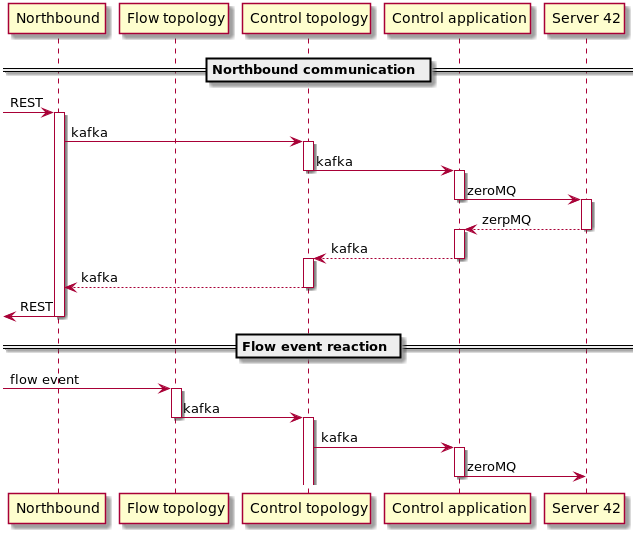
IlyaMoiseev/open-kilda keeps this PlantUML diagram as docs/design/server42/cp.png. Above is the earlier version.
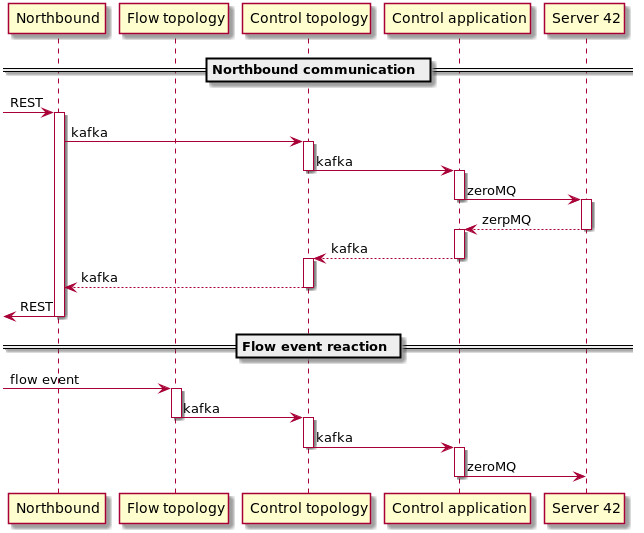
Above is the later version.

What changed in the source:
```diff
@@ -37,6 +37,7 @@
 deactivate FT
 activate CPT
 CPT -> CPA: kafka
+deactivate CPT
 activate CPA
 CPA -> S42: zeroMQ
 deactivate CPA
```
